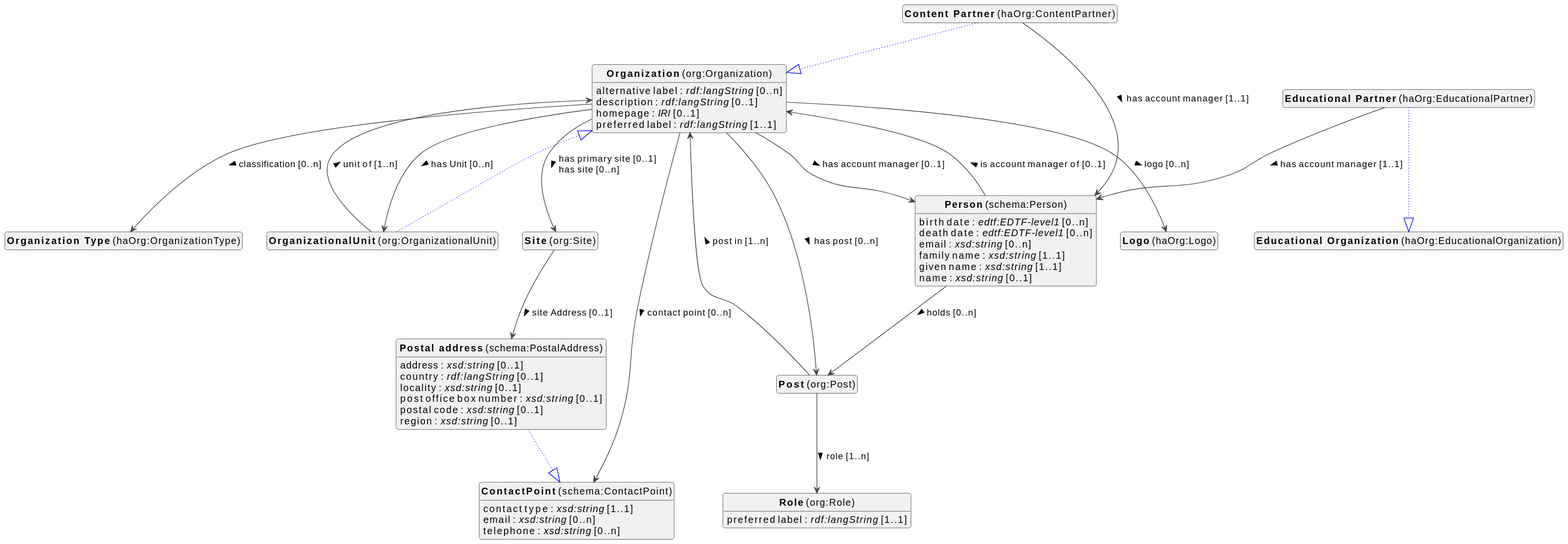
Above: docs/metadata/knowledge-graph/0.0.1/organization/en/organization-diagram.svg in viaacode/documentation-jekyll (PlantUML), before the change.
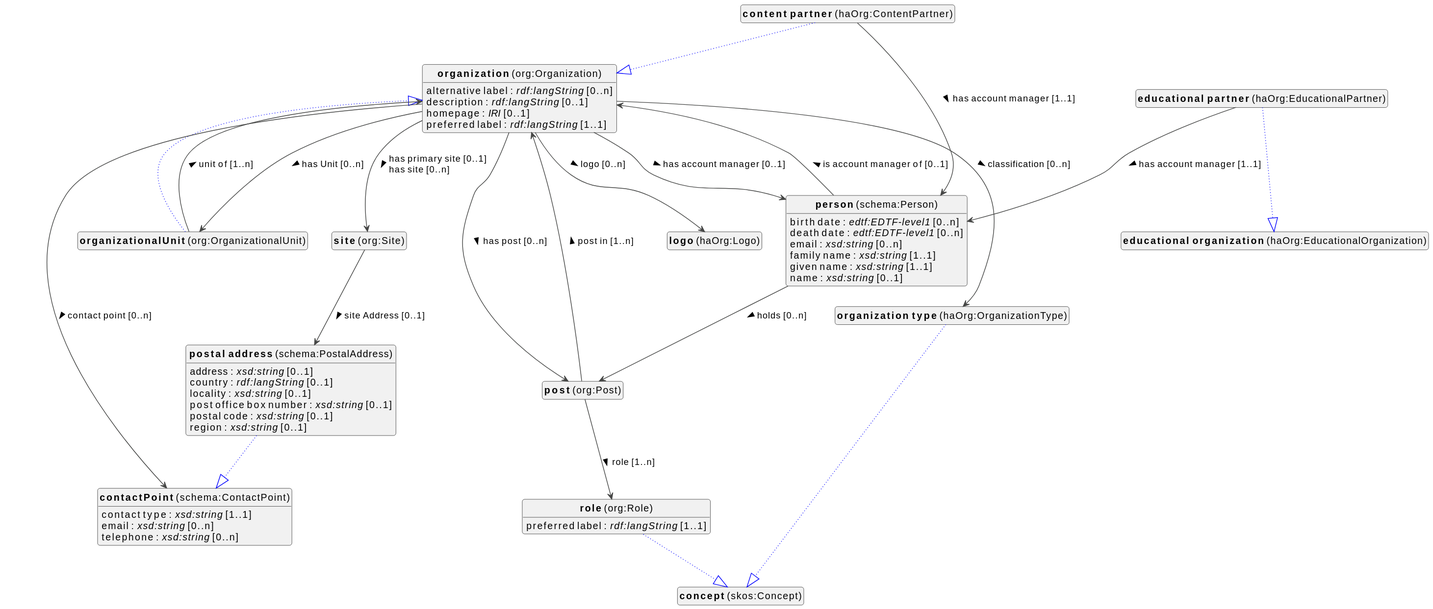
After the commit.

The edit, as a diff of the source:
```diff
@@ -10,22 +10,24 @@
 top to bottom direction
 
 
-class "<b>ContactPoint</b> (schema:ContactPoint)" as schema_ContactPoint [[#schema%3AContactPoint]]
-class "<b>Content Partner</b> (haOrg:ContentPartner)" as haOrg_ContentPartner [[#haOrg%3AContentPartner]]
-class "<b>Organization</b> (org:Organization)" as org_Organization [[#org%3AOrganization]]
-class "<b>Educational Partner</b> (haOrg:EducationalPartner)" as haOrg_EducationalPartner [[#haOrg%3AEducationalPartner]]
-class "<b>Educational Organization</b> (haOrg:EducationalOrganization)" as haOrg_EducationalOrganization [[#haOrg%3AEducationalOrganization]]
-class "<b>Logo</b> (haOrg:Logo)" as haOrg_Logo [[#haOrg%3ALogo]]
-class "<b>Organization</b> (org:Organization)" as org_Organization [[#org%3AOrganization]]
-class "<b>Organization Type</b> (haOrg:OrganizationType)" as haOrg_OrganizationType [[#haOrg%3AOrganizationType]]
-class "<b>OrganizationalUnit</b> (org:OrganizationalUnit)" as org_OrganizationalUnit [[#org%3AOrganizationalUnit]]
-class "<b>Organization</b> (org:Organization)" as org_Organization [[#org%3AOrganization]]
-class "<b>Person</b> (schema:Person)" as schema_Person [[#schema%3APerson]]
-class "<b>Post</b> (org:Post)" as org_Post [[#org%3APost]]
-class "<b>Postal address</b> (schema:PostalAddress)" as schema_PostalAddress [[#schema%3APostalAddress]]
-class "<b>ContactPoint</b> (schema:ContactPoint)" as schema_ContactPoint [[#schema%3AContactPoint]]
-class "<b>Role</b> (org:Role)" as org_Role [[#org%3ARole]]
-class "<b>Site</b> (org:Site)" as org_Site [[#org%3ASite]]
+class "<b>contactPoint</b> (schema:ContactPoint)" as schema_ContactPoint [[#schema%3AContactPoint]]
+class "<b>content partner</b> (haOrg:ContentPartner)" as haOrg_ContentPartner [[#haOrg%3AContentPartner]]
+class "<b>organization</b> (org:Organization)" as org_Organization [[#org%3AOrganization]]
+class "<b>educational partner</b> (haOrg:EducationalPartner)" as haOrg_EducationalPartner [[#haOrg%3AEducationalPartner]]
+class "<b>educational organization</b> (haOrg:EducationalOrganization)" as haOrg_EducationalOrganization [[#haOrg%3AEducationalOrganization]]
+class "<b>logo</b> (haOrg:Logo)" as haOrg_Logo [[#haOrg%3ALogo]]
+class "<b>organization</b> (org:Organization)" as org_Organization [[#org%3AOrganization]]
+class "<b>organization type</b> (haOrg:OrganizationType)" as haOrg_OrganizationType [[#haOrg%3AOrganizationType]]
+class "<b>concept</b> (skos:Concept)" as skos_Concept [[#skos%3AConcept]]
+class "<b>organizationalUnit</b> (org:OrganizationalUnit)" as org_OrganizationalUnit [[#org%3AOrganizationalUnit]]
+class "<b>organization</b> (org:Organization)" as org_Organization [[#org%3AOrganization]]
+class "<b>person</b> (schema:Person)" as schema_Person [[#schema%3APerson]]
+class "<b>post</b> (org:Post)" as org_Post [[#org%3APost]]
+class "<b>postal address</b> (schema:PostalAddress)" as schema_PostalAddress [[#schema%3APostalAddress]]
+class "<b>contactPoint</b> (schema:ContactPoint)" as schema_ContactPoint [[#schema%3AContactPoint]]
+class "<b>role</b> (org:Role)" as org_Role [[#org%3ARole]]
+class "<b>concept</b> (skos:Concept)" as skos_Concept [[#skos%3AConcept]]
+class "<b>site</b> (org:Site)" as org_Site [[#org%3ASite]]
 
 
 schema_ContactPoint : contact type : <i>xsd:string</i> [1..1]
@@ -58,6 +60,7 @@
 org_Organization --> schema_ContactPoint :contact point [0..n]  >
 org_Organization --> schema_Person :has account manager [0..1]  >
 
+haOrg_OrganizationType --|> skos_Concept #blue;line.dotted;text:blue
 
 
 org_OrganizationalUnit --|> org_Organization #blue;line.dotted;text:blue
@@ -91,6 +94,7 @@
 
 
 
+org_Role --|> skos_Concept #blue;line.dotted;text:blue
 
 org_Role : preferred label : <i>rdf:langString</i> [1..1]
 
```
